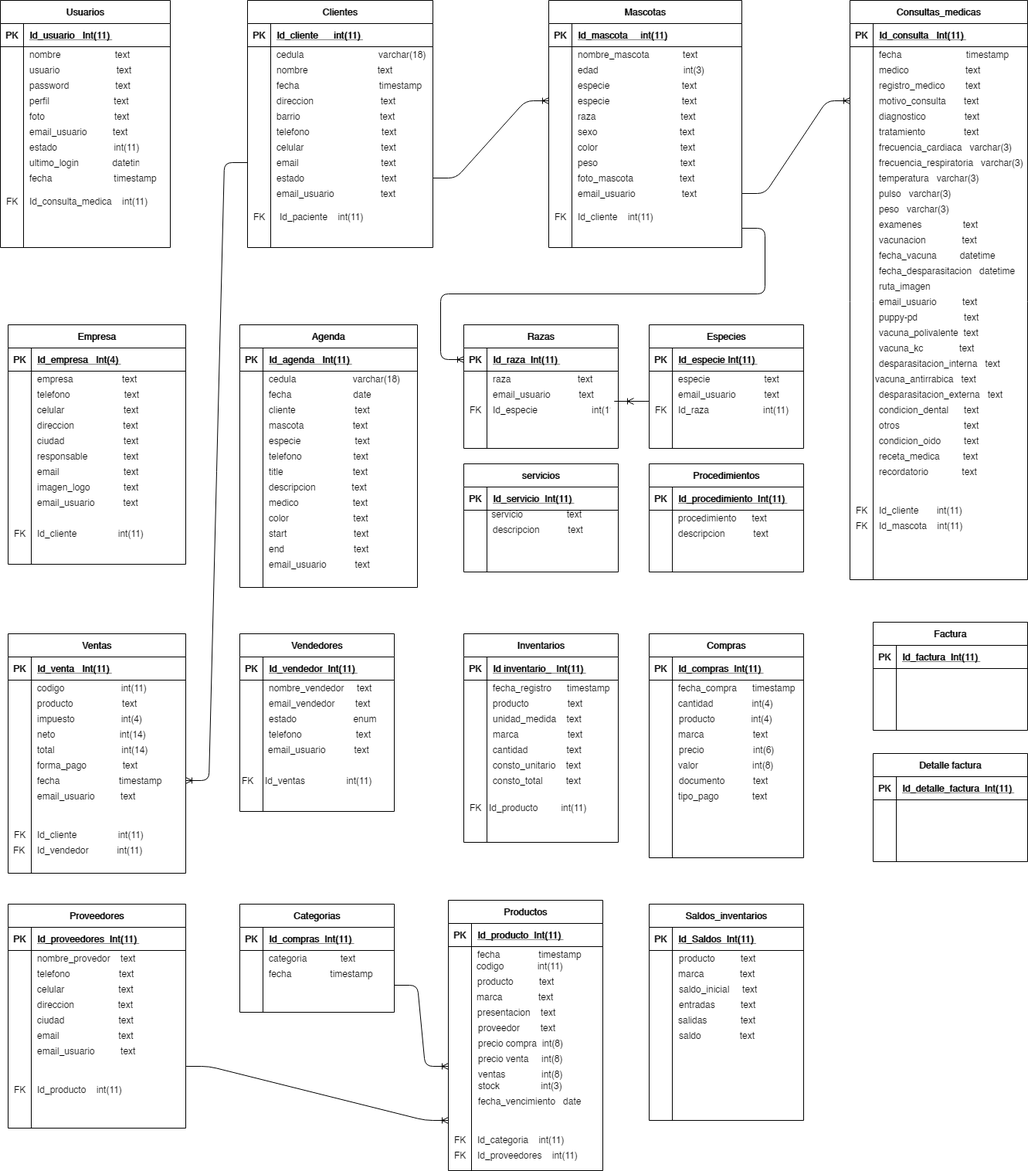
Before: Untitled Diagram.png, a diagram exported from draw.io (heberthm/ejemplos-blog). Source tidied: cells renumbered, new cells last; positions are measured from the earlier drawing's top-left corner, leaving out a move shared by most shapes.
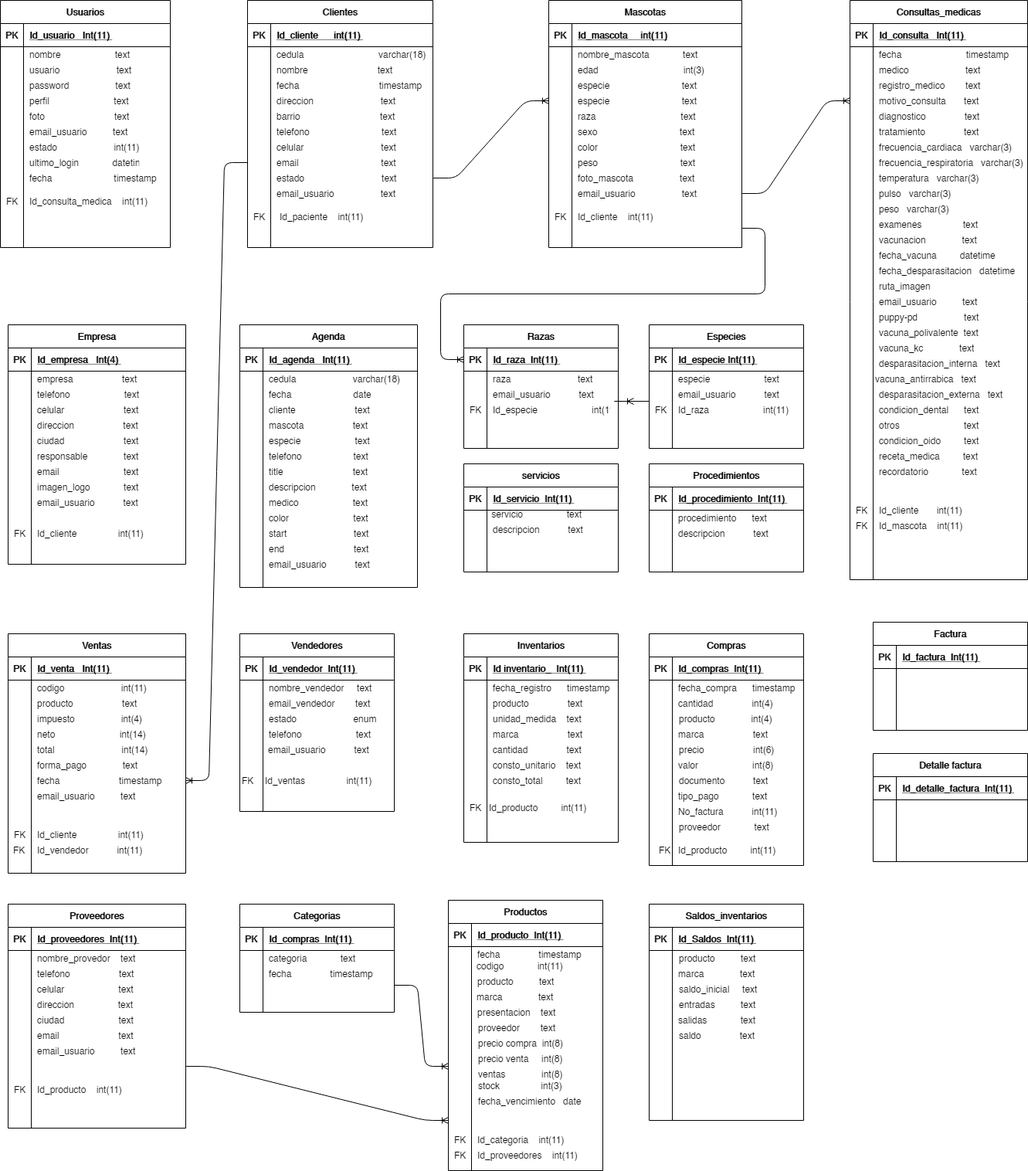
Above is the later version.

Change to the diagram source:
```diff
@@ -1007,7 +1007,7 @@
       <mxGeometry x="611" y="1380" width="170" height="20" as="geometry" />
     </mxCell>
     <mxCell id="335" value="Compras" style="shape=table;startSize=30;rowLines=0;fontStyle=1;align=center;" parent="1" vertex="1">
-      <mxGeometry x="840" y="820" width="200" height="290" as="geometry" />
+      <mxGeometry x="840" y="820" width="200" height="300" as="geometry" />
     </mxCell>
     <mxCell id="336" style="shape=partialRectangle;fillColor=none;top=0;left=0;bottom=1;right=0;" parent="335" vertex="1">
       <mxGeometry y="30" width="200" height="30" as="geometry" />
@@ -1188,5 +1188,17 @@
     <mxCell id="393" value="tipo_pago             text " style="shape=partialRectangle;fillColor=none;top=0;left=0;bottom=0;right=0;align=left;spacingLeft=6;overflow=hidden;" parent="1" vertex="1">
       <mxGeometry x="870" y="1020" width="170" height="20" as="geometry" />
     </mxCell>
+    <mxCell id="394" value="No_factura           int(11) " style="shape=partialRectangle;fillColor=none;top=0;left=0;bottom=0;right=0;align=left;spacingLeft=6;overflow=hidden;" parent="1" vertex="1">
+      <mxGeometry x="870" y="1040" width="170" height="20" as="geometry" />
+    </mxCell>
+    <mxCell id="395" value="proveedor             text" style="shape=partialRectangle;fillColor=none;top=0;left=0;bottom=0;right=0;align=left;spacingLeft=6;overflow=hidden;" parent="1" vertex="1">
+      <mxGeometry x="871" y="1060" width="170" height="20" as="geometry" />
+    </mxCell>
+    <mxCell id="396" value="Id_producto         int(11)" style="shape=partialRectangle;fillColor=none;top=0;left=0;bottom=0;right=0;align=left;spacingLeft=6;overflow=hidden;" parent="1" vertex="1">
+      <mxGeometry x="870" y="1090" width="170" height="20" as="geometry" />
+    </mxCell>
+    <mxCell id="397" value="FK" style="shape=partialRectangle;fillColor=none;top=0;left=0;bottom=0;right=0;align=left;spacingLeft=6;overflow=hidden;" parent="1" vertex="1">
+      <mxGeometry x="845" y="1090" width="40" height="20" as="geometry" />
+    </mxCell>
   </root>
 </mxGraphModel>
```
